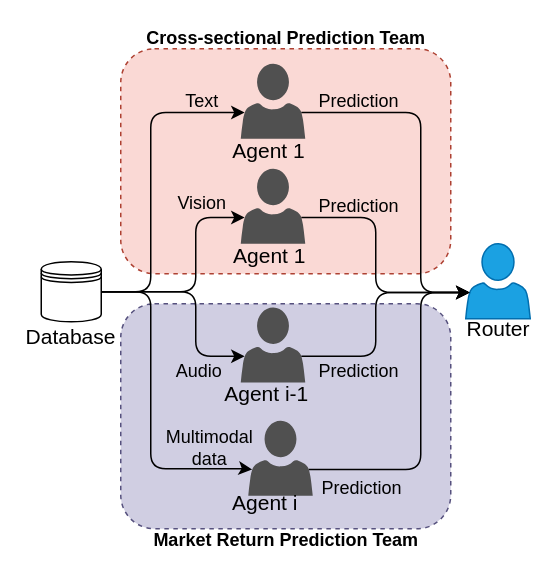
Earlier version of the draw.io diagram diagrams/command.drawio (lyc0603/multi-agent). Source tidied: cells renumbered, new cells numbered last; positions are measured from the earlier drawing's top-left corner, leaving out a move shared by most shapes. Both pictures are drawn from the tidied source at 150%, with x=0, y=0 at pixel (26, 26).
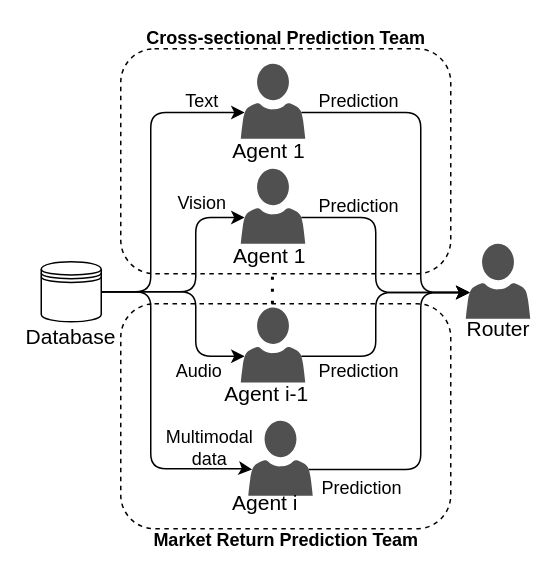
The same page after the edit.

Diff of the diagram source:
```diff
@@
-    <mxCell id="2" style="rounded=1;whiteSpace=wrap;html=1;fillColor=#d0cee2;strokeColor=#56517e;dashed=1;strokeWidth=1;" parent="1" vertex="1">
+    <mxCell id="2" style="rounded=1;whiteSpace=wrap;html=1;fillColor=none;dashed=1;strokeWidth=1;" parent="1" vertex="1">
       <mxGeometry x="63" y="185" width="220" height="150" as="geometry" />
     </mxCell>
@@
-    <mxCell id="4" style="rounded=1;whiteSpace=wrap;html=1;fillColor=#fad9d5;strokeColor=#ae4132;dashed=1;strokeWidth=1;" parent="1" vertex="1">
+    <mxCell id="4" style="rounded=1;whiteSpace=wrap;html=1;fillColor=none;dashed=1;strokeWidth=1;" parent="1" vertex="1">
       <mxGeometry x="63" y="15" width="220" height="150" as="geometry" />
     </mxCell>
@@
-    <mxCell id="15" style="sketch=0;shadow=0;dashed=0;html=1;strokeColor=#006EAF;labelPosition=center;verticalLabelPosition=bottom;verticalAlign=top;align=center;fillColor=#1ba1e2;shape=mxgraph.mscae.intune.account_portal;fontColor=#ffffff;" parent="1" vertex="1">
+    <mxCell id="15" style="sketch=0;shadow=0;dashed=0;html=1;strokeColor=none;labelPosition=center;verticalLabelPosition=bottom;verticalAlign=top;align=center;fillColor=#505050;shape=mxgraph.mscae.intune.account_portal;fontColor=#ffffff;" parent="1" vertex="1">
       <mxGeometry x="293" y="145" width="43" height="50" as="geometry" />
     </mxCell>
@@
+    <mxCell id="34" style="endArrow=none;dashed=1;html=1;dashPattern=1 3;strokeWidth=2;rounded=0;" parent="1" edge="1">
+      <mxGeometry relative="1" as="geometry">
+        <mxPoint x="164.1" y="185" as="sourcePoint" />
+        <mxPoint x="164.1" y="165" as="targetPoint" />
+      </mxGeometry>
+    </mxCell>
```
